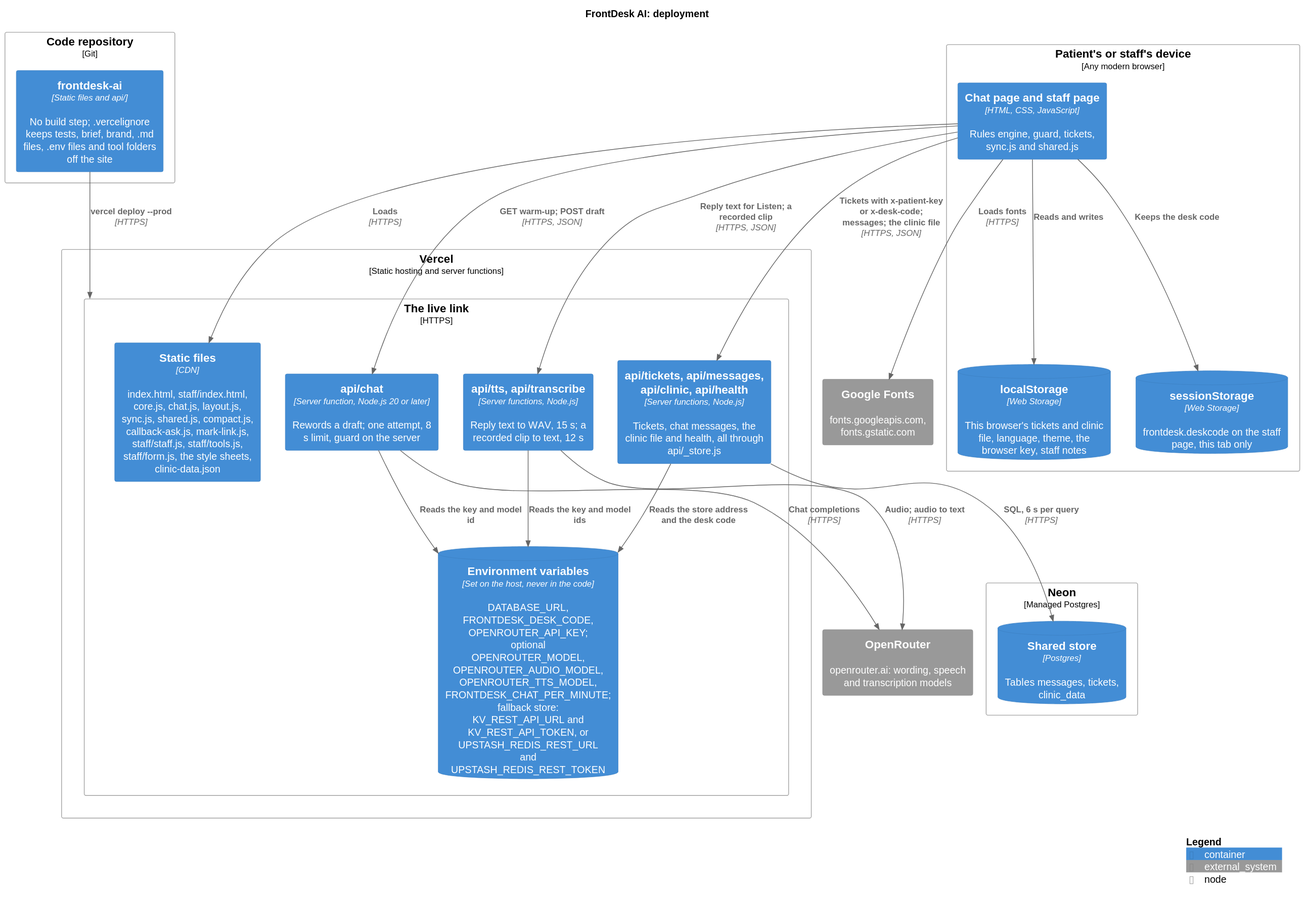
Before: docs/diagrams/deployment.svg, a diagram exported from PlantUML (karwasanjay007/frontdesk-ai-docs).
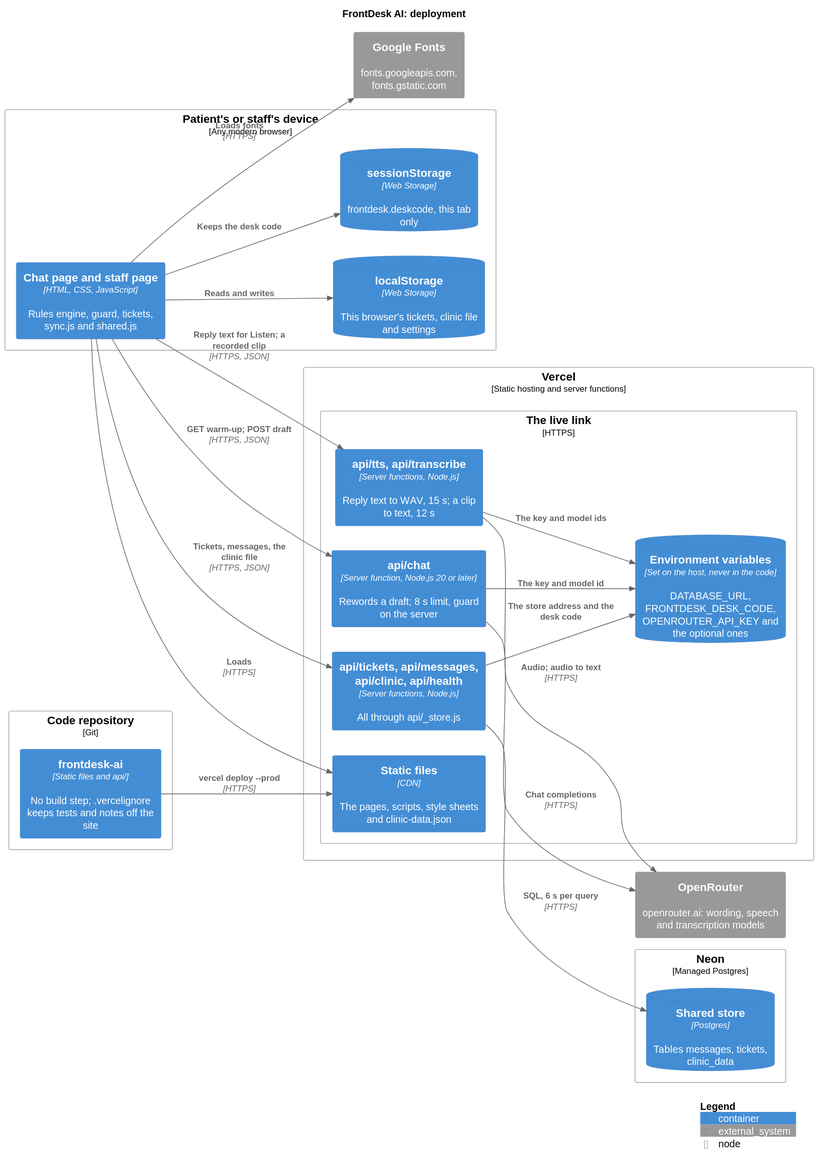
The same file after the commit.

What changed in the source:
```diff
@@ -1,18 +1,25 @@
 @startuml
 !include <C4/C4_Deployment>
+LAYOUT_LEFT_RIGHT()
 title FrontDesk AI: deployment
 
 Deployment_Node(repo, "Code repository", "Git") {
-  Container(src, "frontdesk-ai", "Static files and api/", "No build step; .vercelignore keeps tests, brief, brand, .md files, .env files and tool folders off the site")
+  Container(src, "frontdesk-ai", "Static files and api/", "No build step; .vercelignore keeps tests and notes off the site")
+}
+
+Deployment_Node(device, "Patient's or staff's device", "Any modern browser") {
+  Container(pages, "Chat page and staff page", "HTML, CSS, JavaScript", "Rules engine, guard, tickets, sync.js and shared.js")
+  ContainerDb(ls, "localStorage", "Web Storage", "This browser's tickets, clinic file and settings")
+  ContainerDb(ss, "sessionStorage", "Web Storage", "frontdesk.deskcode, this tab only")
 }
 
 Deployment_Node(vercel, "Vercel", "Static hosting and server functions") {
   Deployment_Node(proj, "The live link", "HTTPS") {
-    Container(static, "Static files", "CDN", "index.html, staff/index.html, core.js, chat.js, layout.js, sync.js, shared.js, compact.js, callback-ask.js, mark-link.js, staff/staff.js, staff/tools.js, staff/form.js, the style sheets, clinic-data.json")
-    Container(chatfn, "api/chat", "Server function, Node.js 20 or later", "Rewords a draft; one attempt, 8 s limit, guard on the server")
-    Container(voicefn, "api/tts, api/transcribe", "Server functions, Node.js", "Reply text to WAV, 15 s; a recorded clip to text, 12 s")
-    Container(storefn, "api/tickets, api/messages, api/clinic, api/health", "Server functions, Node.js", "Tickets, chat messages, the clinic file and health, all through api/_store.js")
-    ContainerDb(env, "Environment variables", "Set on the host, never in the code", "DATABASE_URL, FRONTDESK_DESK_CODE, OPENROUTER_API_KEY; optional OPENROUTER_MODEL, OPENROUTER_AUDIO_MODEL, OPENROUTER_TTS_MODEL, FRONTDESK_CHAT_PER_MINUTE; fallback store: KV_REST_API_URL and KV_REST_API_TOKEN, or UPSTASH_REDIS_REST_URL and UPSTASH_REDIS_REST_TOKEN")
+    Container(static, "Static files", "CDN", "The pages, scripts, style sheets and clinic-data.json")
+    Container(chatfn, "api/chat", "Server function, Node.js 20 or later", "Rewords a draft; 8 s limit, guard on the server")
+    Container(voicefn, "api/tts, api/transcribe", "Server functions, Node.js", "Reply text to WAV, 15 s; a clip to text, 12 s")
+    Container(storefn, "api/tickets, api/messages, api/clinic, api/health", "Server functions, Node.js", "All through api/_store.js")
+    ContainerDb(env, "Environment variables", "Set on the host, never in the code", "DATABASE_URL, FRONTDESK_DESK_CODE, OPENROUTER_API_KEY and the optional ones")
   }
 }
 
@@ -20,26 +27,21 @@
   ContainerDb(neon, "Shared store", "Postgres", "Tables messages, tickets, clinic_data")
 }
 
-Deployment_Node(device, "Patient's or staff's device", "Any modern browser") {
-  Container(pages, "Chat page and staff page", "HTML, CSS, JavaScript", "Rules engine, guard, tickets, sync.js and shared.js")
-  ContainerDb(ls, "localStorage", "Web Storage", "This browser's tickets and clinic file, language, theme, the browser key, staff notes")
-  ContainerDb(ss, "sessionStorage", "Web Storage", "frontdesk.deskcode on the staff page, this tab only")
-}
-
 System_Ext(openrouter, "OpenRouter", "openrouter.ai: wording, speech and transcription models")
 System_Ext(fonts, "Google Fonts", "fonts.googleapis.com, fonts.gstatic.com")
 
-Rel(src, proj, "vercel deploy --prod", "HTTPS")
+
+Rel(src, static, "vercel deploy --prod", "HTTPS")
 Rel(pages, static, "Loads", "HTTPS")
 Rel(pages, fonts, "Loads fonts", "HTTPS")
 Rel(pages, chatfn, "GET warm-up; POST draft", "HTTPS, JSON")
 Rel(pages, voicefn, "Reply text for Listen; a recorded clip", "HTTPS, JSON")
-Rel(pages, storefn, "Tickets with x-patient-key or x-desk-code; messages; the clinic file", "HTTPS, JSON")
+Rel(pages, storefn, "Tickets, messages, the clinic file", "HTTPS, JSON")
 Rel(pages, ls, "Reads and writes")
 Rel(pages, ss, "Keeps the desk code")
-Rel(chatfn, env, "Reads the key and model id")
-Rel(voicefn, env, "Reads the key and model ids")
-Rel(storefn, env, "Reads the store address and the desk code")
+Rel(chatfn, env, "The key and model id")
+Rel(voicefn, env, "The key and model ids")
+Rel(storefn, env, "The store address and the desk code")
 Rel(chatfn, openrouter, "Chat completions", "HTTPS")
 Rel(voicefn, openrouter, "Audio; audio to text", "HTTPS")
 Rel(storefn, neon, "SQL, 6 s per query", "HTTPS")
```
